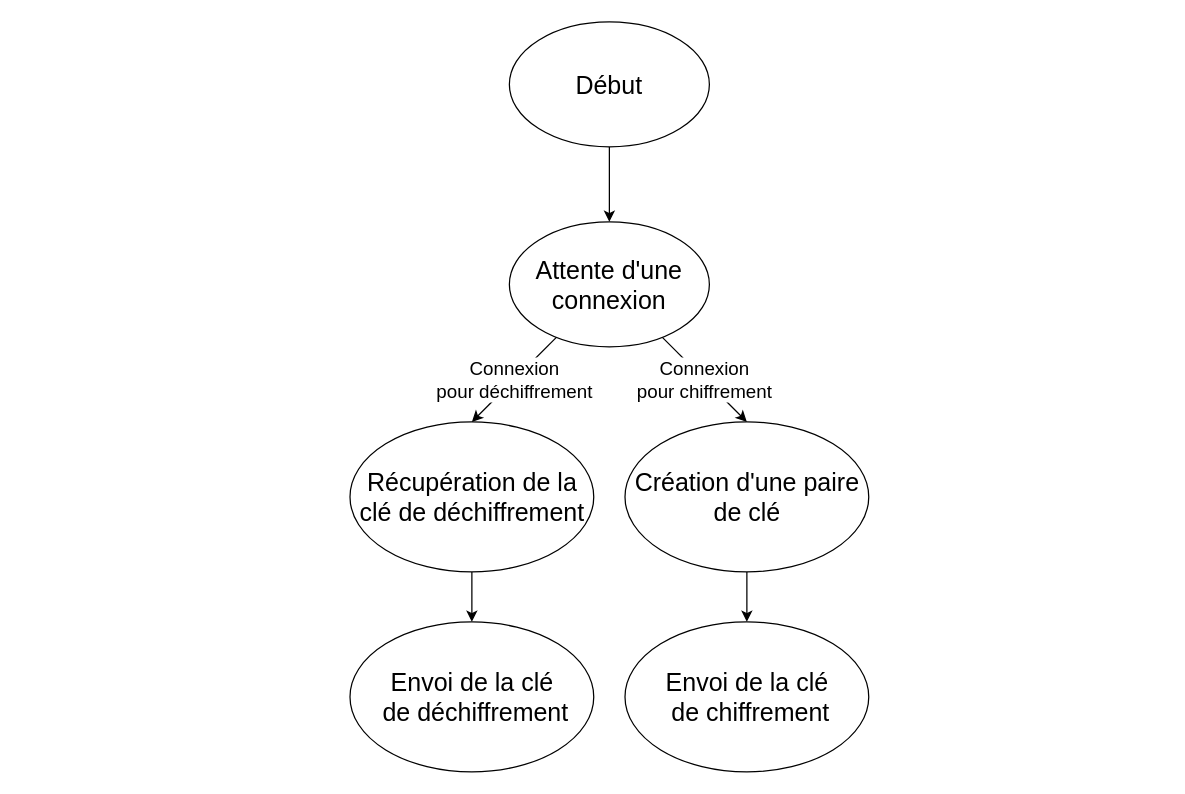
The draw.io diagram architecture/state_diagram_c2.drawio in leJBP/adaptative-ransomware, before the edit. Source tidied: cells renumbered, new cells numbered last; positions are measured from the earlier drawing's top-left corner, leaving out a move shared by most shapes. Both pictures are drawn from the tidied source at 125%, with x=0, y=0 at pixel (349, 21).
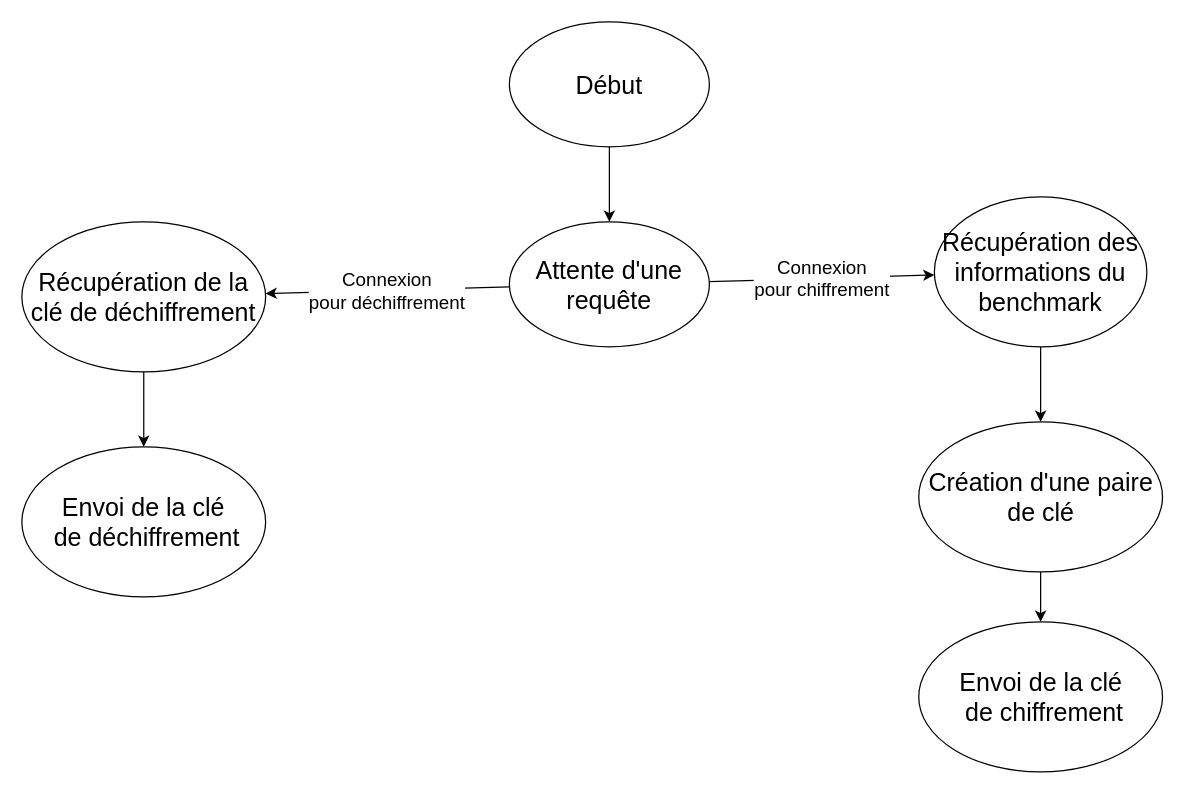
Above is the later version.

Diff of the diagram source:
```diff
@@
 <mxGraphModel>
   <root>
     <mxCell id="0" />
     <mxCell id="1" parent="0" />
     <mxCell id="2" style="edgeStyle=none;html=1;entryX=0.5;entryY=0;entryDx=0;entryDy=0;" parent="1" edge="1" source="3" target="6">
       <mxGeometry relative="1" as="geometry" />
     </mxCell>
     <mxCell id="3" value="&lt;font style=&quot;font-size: 20px;&quot;&gt;Début&lt;/font&gt;" style="ellipse;whiteSpace=wrap;html=1;" parent="1" vertex="1">
       <mxGeometry x="128" width="160" height="100" as="geometry" />
     </mxCell>
-    <mxCell id="4" value="&lt;font style=&quot;font-size: 15px;&quot;&gt;Connexion &lt;br&gt;pour chiffrement&lt;/font&gt;" style="edgeStyle=none;html=1;entryX=0.5;entryY=0;entryDx=0;entryDy=0;" parent="1" edge="1" source="6" target="10">
+    <mxCell id="4" value="&lt;font style=&quot;font-size: 15px;&quot;&gt;Connexion &lt;br&gt;pour chiffrement&lt;/font&gt;" style="edgeStyle=none;html=1;" parent="1" edge="1" source="6" target="14">
       <mxGeometry relative="1" as="geometry" />
     </mxCell>
-    <mxCell id="5" value="&lt;font style=&quot;font-size: 15px;&quot;&gt;Connexion&lt;br&gt;pour déchiffrement&lt;/font&gt;" style="edgeStyle=none;html=1;entryX=0.5;entryY=0;entryDx=0;entryDy=0;" parent="1" edge="1" source="6" target="8">
+    <mxCell id="5" value="&lt;font style=&quot;font-size: 15px;&quot;&gt;Connexion&lt;br&gt;pour déchiffrement&lt;/font&gt;" style="edgeStyle=none;html=1;" parent="1" edge="1" source="6" target="8">
       <mxGeometry relative="1" as="geometry" />
     </mxCell>
-    <mxCell id="6" value="&lt;font style=&quot;font-size: 20px;&quot;&gt;Attente d'une&lt;br&gt;connexion&lt;br&gt;&lt;/font&gt;" style="ellipse;whiteSpace=wrap;html=1;" parent="1" vertex="1">
+    <mxCell id="6" value="&lt;font style=&quot;font-size: 20px;&quot;&gt;Attente d'une requête&lt;/font&gt;" style="ellipse;whiteSpace=wrap;html=1;" parent="1" vertex="1">
       <mxGeometry x="128" y="160" width="160" height="100" as="geometry" />
     </mxCell>
     <mxCell id="7" style="edgeStyle=none;html=1;entryX=0.5;entryY=0;entryDx=0;entryDy=0;fontSize=15;" parent="1" edge="1" source="8" target="12">
       <mxGeometry relative="1" as="geometry" />
     </mxCell>
     <mxCell id="8" value="&lt;font style=&quot;font-size: 20px;&quot;&gt;Récupération de la clé de déchiffrement&lt;/font&gt;" style="ellipse;whiteSpace=wrap;html=1;" parent="1" vertex="1">
-      <mxGeometry x="0.5" y="320" width="195" height="120" as="geometry" />
+      <mxGeometry x="-262" y="160" width="195" height="120" as="geometry" />
     </mxCell>
     <mxCell id="9" style="edgeStyle=none;html=1;entryX=0.5;entryY=0;entryDx=0;entryDy=0;fontSize=15;" parent="1" edge="1" source="10" target="11">
       <mxGeometry relative="1" as="geometry" />
     </mxCell>
     <mxCell id="10" value="&lt;font style=&quot;font-size: 20px;&quot;&gt;Création d'une paire de clé&lt;/font&gt;" style="ellipse;whiteSpace=wrap;html=1;" parent="1" vertex="1">
-      <mxGeometry x="220.5" y="320" width="195" height="120" as="geometry" />
+      <mxGeometry x="455.5" y="320" width="195" height="120" as="geometry" />
     </mxCell>
     <mxCell id="11" value="&lt;font style=&quot;font-size: 20px;&quot;&gt;Envoi de la clé&lt;br&gt;&amp;nbsp;de chiffrement&lt;/font&gt;" style="ellipse;whiteSpace=wrap;html=1;" parent="1" vertex="1">
-      <mxGeometry x="220.5" y="480" width="195" height="120" as="geometry" />
+      <mxGeometry x="455.5" y="480" width="195" height="120" as="geometry" />
     </mxCell>
     <mxCell id="12" value="&lt;span style=&quot;font-size: 20px;&quot;&gt;Envoi de la clé&lt;/span&gt;&lt;br style=&quot;border-color: var(--border-color); font-size: 20px;&quot;&gt;&lt;span style=&quot;font-size: 20px;&quot;&gt;&amp;nbsp;de déchiffrement&lt;/span&gt;" style="ellipse;whiteSpace=wrap;html=1;" parent="1" vertex="1">
-      <mxGeometry x="0.5" y="480" width="195" height="120" as="geometry" />
+      <mxGeometry x="-262" y="340" width="195" height="120" as="geometry" />
     </mxCell>
+    <mxCell id="13" style="edgeStyle=orthogonalEdgeStyle;rounded=0;jettySize=auto;html=1;exitX=0.5;exitY=1;exitDx=0;exitDy=0;entryX=0.5;entryY=0;entryDx=0;entryDy=0;" parent="1" edge="1" source="14" target="10">
+      <mxGeometry relative="1" as="geometry" />
+    </mxCell>
+    <mxCell id="14" value="&lt;font style=&quot;font-size: 20px;&quot;&gt;Récupération des informations du benchmark&lt;/font&gt;" style="ellipse;whiteSpace=wrap;html=1;" parent="1" vertex="1">
+      <mxGeometry x="468" y="140" width="170" height="120" as="geometry" />
+    </mxCell>
   </root>
 </mxGraphModel>
```
